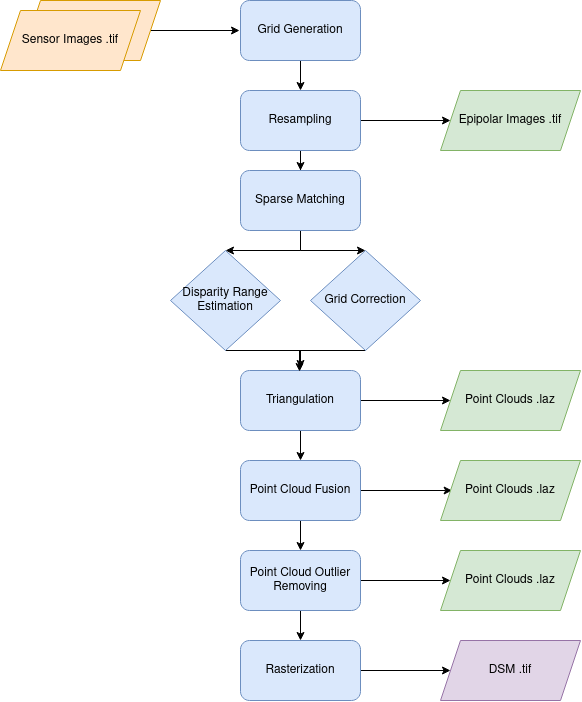
The draw.io diagram docs/source/images/sensor_to_low_dsm.png in CNES/cars, before a commit. Source tidied: cells renumbered, new cells last; positions are measured from the earlier drawing's top-left corner, leaving out a move shared by most shapes.
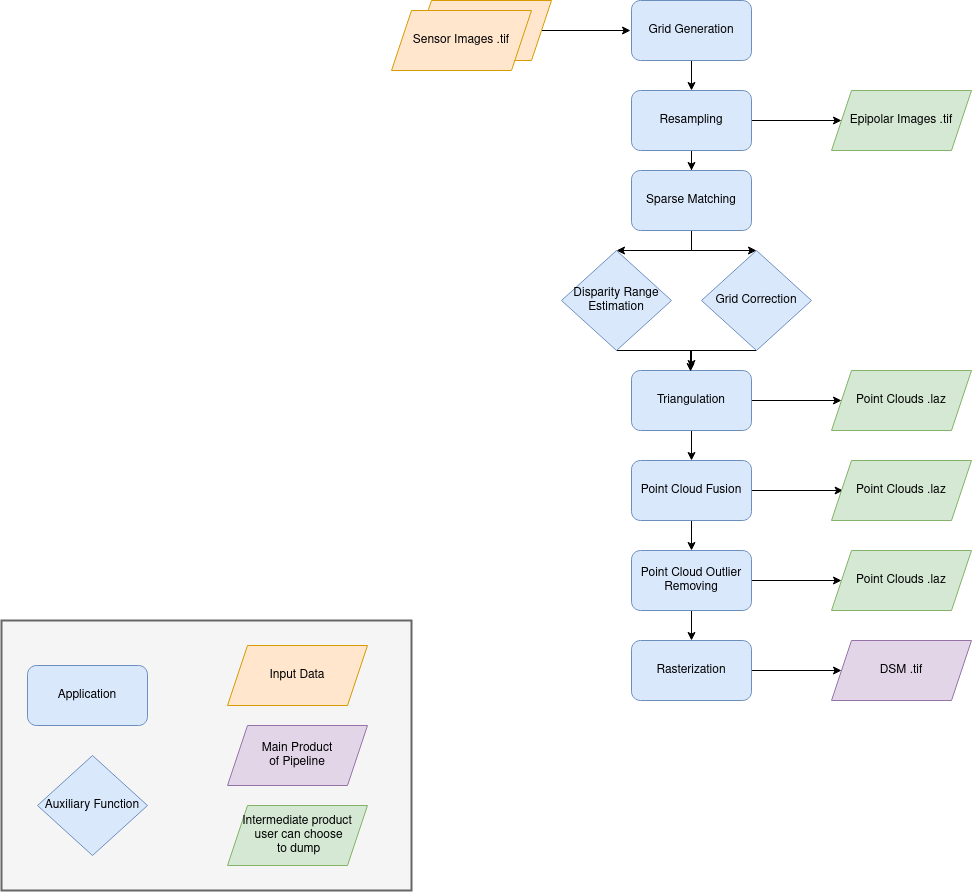
The same file after the commit.

Change to the diagram source:
```diff
@@ -107,5 +107,26 @@
     <mxCell id="32" value="Sensor Images .tif" style="shape=parallelogram;perimeter=parallelogramPerimeter;whiteSpace=wrap;html=1;fixedSize=1;fillColor=#ffe6cc;strokeColor=#d79b00;" parent="1" vertex="1">
       <mxGeometry y="10" width="140" height="60" as="geometry" />
     </mxCell>
+    <mxCell id="33" style="group;" parent="1" vertex="1">
+      <mxGeometry x="-390" y="620" width="410" height="270" as="geometry" />
+    </mxCell>
+    <mxCell id="34" style="rounded=0;whiteSpace=wrap;html=1;fillColor=#f5f5f5;fontColor=#333333;strokeColor=#666666;strokeWidth=2;" parent="33" vertex="1">
+      <mxGeometry width="410" height="270" as="geometry" />
+    </mxCell>
+    <mxCell id="35" value="Application" style="rounded=1;whiteSpace=wrap;html=1;fillColor=#dae8fc;strokeColor=#6c8ebf;" parent="33" vertex="1">
+      <mxGeometry x="26" y="45" width="120" height="60" as="geometry" />
+    </mxCell>
+    <mxCell id="36" value="&lt;div&gt;Main Product &lt;br&gt;&lt;/div&gt;&lt;div&gt;of Pipeline&lt;/div&gt;" style="shape=parallelogram;perimeter=parallelogramPerimeter;whiteSpace=wrap;html=1;fixedSize=1;fillColor=#e1d5e7;strokeColor=#9673a6;" parent="33" vertex="1">
+      <mxGeometry x="226" y="105" width="140" height="60" as="geometry" />
+    </mxCell>
+    <mxCell id="37" value="&lt;div&gt;Intermediate product&lt;/div&gt;&lt;div&gt;&amp;nbsp;user can choose&lt;/div&gt;&lt;div&gt;&amp;nbsp;to dump&lt;/div&gt;" style="shape=parallelogram;perimeter=parallelogramPerimeter;whiteSpace=wrap;html=1;fixedSize=1;fillColor=#d5e8d4;strokeColor=#82b366;" parent="33" vertex="1">
+      <mxGeometry x="226" y="185" width="140" height="60" as="geometry" />
+    </mxCell>
+    <mxCell id="38" value="Input Data" style="shape=parallelogram;perimeter=parallelogramPerimeter;whiteSpace=wrap;html=1;fixedSize=1;fillColor=#ffe6cc;strokeColor=#d79b00;" parent="33" vertex="1">
+      <mxGeometry x="226" y="25" width="140" height="60" as="geometry" />
+    </mxCell>
+    <mxCell id="39" value="Auxiliary Function" style="rhombus;whiteSpace=wrap;html=1;fillColor=#dae8fc;strokeColor=#6c8ebf;" parent="33" vertex="1">
+      <mxGeometry x="36" y="135" width="110" height="100" as="geometry" />
+    </mxCell>
   </root>
 </mxGraphModel>
```
